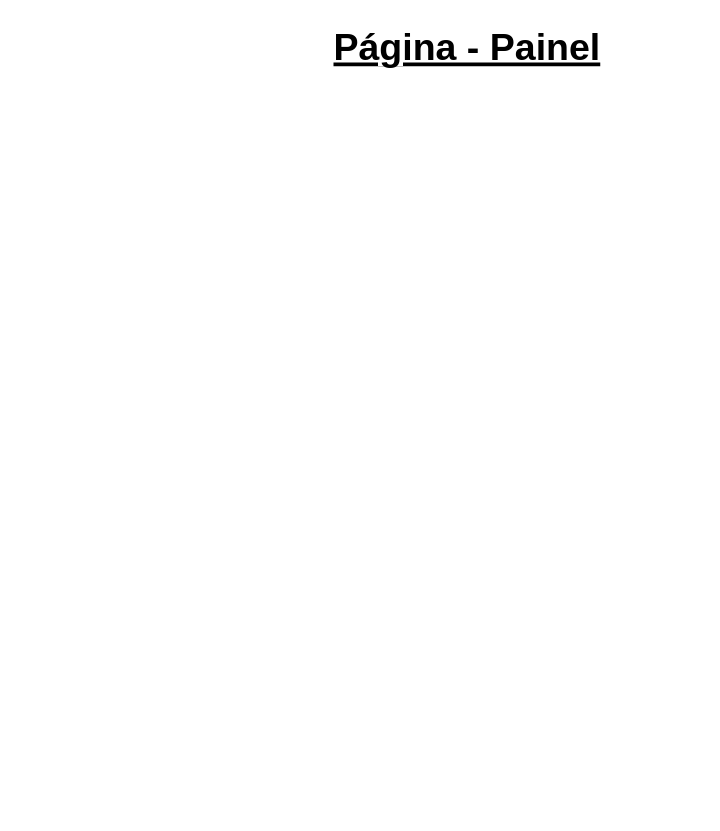
The draw.io diagram page "Flow - Painel" (6 of 11) of tcc-flow.drawio in CSFelix/UML, before the edit. Source tidied: cells renumbered, new cells numbered last; positions are measured from the earlier drawing's top-left corner, leaving out a move shared by most shapes. Both pictures are drawn from the tidied source at 125%, with x=0, y=0 at pixel (322, 21).
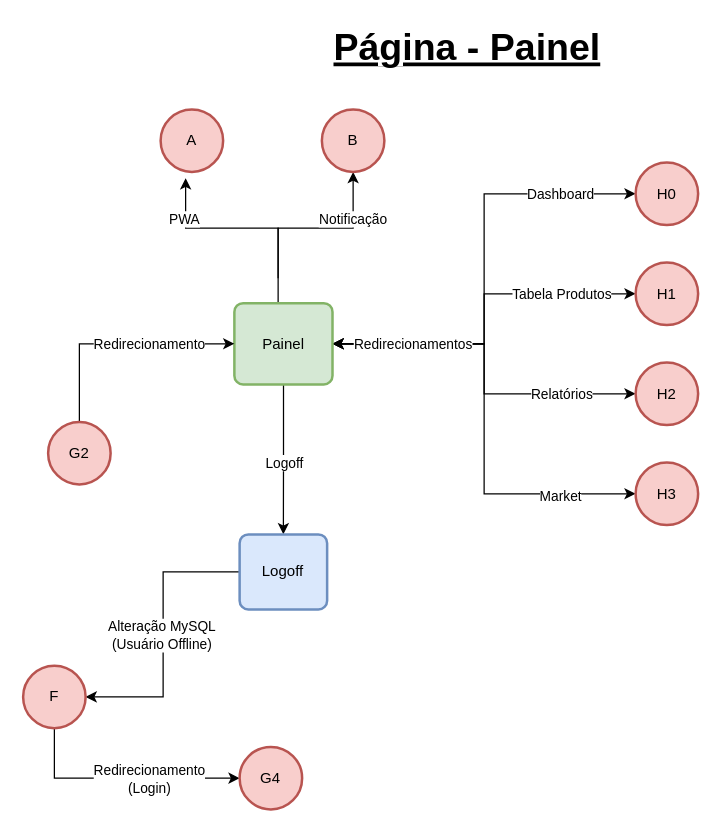
The same page after the edit.

What changed in the source:
```diff
@@
+    <mxCell id="3" style="edgeStyle=orthogonalEdgeStyle;rounded=0;jettySize=auto;html=1;entryX=0.5;entryY=1;entryDx=0;entryDy=0;entryPerimeter=0;startArrow=none;startFill=0;fontSize=11;" parent="1" edge="1" source="18">
+      <mxGeometry relative="1" as="geometry">
+        <mxPoint x="24" y="120" as="targetPoint" />
+        <Array as="points">
+          <mxPoint x="-36" y="165" />
+          <mxPoint x="24" y="165" />
+        </Array>
+      </mxGeometry>
+    </mxCell>
+    <mxCell id="4" value="Notificação" style="edgeLabel;html=1;align=center;verticalAlign=middle;fontSize=11;" parent="3" vertex="1">
+      <mxGeometry x="0.55" y="1" relative="1" as="geometry" />
+    </mxCell>
+    <mxCell id="5" style="edgeStyle=orthogonalEdgeStyle;rounded=0;orthogonalLoop=1;jettySize=auto;html=1;startArrow=none;startFill=0;fontSize=11;" parent="1" edge="1">
+      <mxGeometry relative="1" as="geometry">
+        <mxPoint x="-36" y="205" as="sourcePoint" />
+        <mxPoint x="-110" y="125" as="targetPoint" />
+        <Array as="points">
+          <mxPoint x="-36" y="165" />
+          <mxPoint x="-110" y="165" />
+        </Array>
+      </mxGeometry>
+    </mxCell>
+    <mxCell id="6" value="PWA" style="edgeLabel;html=1;align=center;verticalAlign=middle;fontSize=11;" parent="5" vertex="1">
+      <mxGeometry x="0.58" y="2" relative="1" as="geometry" />
+    </mxCell>
+    <mxCell id="7" style="edgeStyle=orthogonalEdgeStyle;rounded=0;jettySize=auto;html=1;entryX=0;entryY=0.5;entryDx=0;entryDy=0;entryPerimeter=0;startArrow=classic;startFill=1;endArrow=classic;endFill=1;" parent="1" edge="1" source="18" target="24">
+      <mxGeometry relative="1" as="geometry" />
+    </mxCell>
+    <mxCell id="8" value="Dashboard" style="edgeLabel;html=1;align=center;verticalAlign=middle;" parent="7" vertex="1">
+      <mxGeometry x="0.6" y="-3" relative="1" as="geometry">
+        <mxPoint x="11.5" y="-3" as="offset" />
+      </mxGeometry>
+    </mxCell>
+    <mxCell id="9" style="edgeStyle=orthogonalEdgeStyle;rounded=0;jettySize=auto;html=1;entryX=0;entryY=0.5;entryDx=0;entryDy=0;entryPerimeter=0;startArrow=classic;startFill=1;endArrow=classic;endFill=1;" parent="1" edge="1" source="18" target="25">
+      <mxGeometry relative="1" as="geometry" />
+    </mxCell>
+    <mxCell id="10" value="Tabela Produtos" style="edgeLabel;html=1;align=center;verticalAlign=middle;" parent="9" vertex="1">
+      <mxGeometry x="0.46" y="-3" relative="1" as="geometry">
+        <mxPoint x="16.5" y="-3" as="offset" />
+      </mxGeometry>
+    </mxCell>
+    <mxCell id="11" style="edgeStyle=orthogonalEdgeStyle;rounded=0;jettySize=auto;html=1;entryX=0;entryY=0.5;entryDx=0;entryDy=0;entryPerimeter=0;startArrow=classic;startFill=1;endArrow=classic;endFill=1;" parent="1" edge="1" source="18" target="26">
+      <mxGeometry relative="1" as="geometry" />
+    </mxCell>
+    <mxCell id="12" value="Relatórios" style="edgeLabel;html=1;align=center;verticalAlign=middle;" parent="11" vertex="1">
+      <mxGeometry x="0.45" relative="1" as="geometry">
+        <mxPoint x="17.5" as="offset" />
+      </mxGeometry>
+    </mxCell>
+    <mxCell id="13" style="edgeStyle=orthogonalEdgeStyle;rounded=0;jettySize=auto;html=1;entryX=0;entryY=0.5;entryDx=0;entryDy=0;entryPerimeter=0;startArrow=classic;startFill=1;endArrow=classic;endFill=1;" parent="1" edge="1" source="18" target="27">
+      <mxGeometry relative="1" as="geometry" />
+    </mxCell>
+    <mxCell id="14" value="Redirecionamentos" style="edgeLabel;html=1;align=center;verticalAlign=middle;" parent="13" vertex="1">
+      <mxGeometry x="-0.83" y="-3" relative="1" as="geometry">
+        <mxPoint x="32.5" y="-3" as="offset" />
+      </mxGeometry>
+    </mxCell>
+    <mxCell id="15" value="Market" style="edgeLabel;html=1;align=center;verticalAlign=middle;" parent="13" vertex="1">
+      <mxGeometry x="0.58" y="-2" relative="1" as="geometry">
+        <mxPoint x="15.5" as="offset" />
+      </mxGeometry>
+    </mxCell>
+    <mxCell id="16" style="edgeStyle=orthogonalEdgeStyle;rounded=0;jettySize=auto;html=1;startArrow=none;startFill=0;endArrow=classic;endFill=1;" parent="1" edge="1" source="18" target="30">
+      <mxGeometry relative="1" as="geometry" />
+    </mxCell>
+    <mxCell id="17" value="Logoff" style="edgeLabel;html=1;align=center;verticalAlign=middle;" parent="16" vertex="1">
+      <mxGeometry x="0.21" y="-1" relative="1" as="geometry">
+        <mxPoint x="0.9" y="-10.5" as="offset" />
+      </mxGeometry>
+    </mxCell>
+    <mxCell id="18" value="Painel" style="rounded=1;whiteSpace=wrap;html=1;absoluteArcSize=1;arcSize=14;strokeWidth=2;fillColor=#d5e8d4;strokeColor=#82b366;" parent="1" vertex="1">
+      <mxGeometry x="-71" y="225" width="78.5" height="65" as="geometry" />
+    </mxCell>
+    <mxCell id="19" value="A" style="strokeWidth=2;html=1;shape=mxgraph.flowchart.start_2;whiteSpace=wrap;fillColor=#f8cecc;strokeColor=#b85450;" parent="1" vertex="1">
+      <mxGeometry x="-130" y="70" width="50" height="50" as="geometry" />
+    </mxCell>
+    <mxCell id="20" value="B" style="strokeWidth=2;html=1;shape=mxgraph.flowchart.start_2;whiteSpace=wrap;fillColor=#f8cecc;strokeColor=#b85450;" parent="1" vertex="1">
+      <mxGeometry x="-1" y="70" width="50" height="50" as="geometry" />
+    </mxCell>
+    <mxCell id="21" style="edgeStyle=orthogonalEdgeStyle;rounded=0;jettySize=auto;html=1;entryX=0;entryY=0.5;entryDx=0;entryDy=0;startArrow=none;startFill=0;endArrow=classic;endFill=1;exitX=0.5;exitY=0;exitDx=0;exitDy=0;exitPerimeter=0;" parent="1" edge="1" source="23" target="18">
+      <mxGeometry relative="1" as="geometry" />
+    </mxCell>
+    <mxCell id="22" value="Redirecionamento" style="edgeLabel;html=1;align=center;verticalAlign=middle;" parent="21" vertex="1">
+      <mxGeometry x="-0.03" y="1" relative="1" as="geometry">
+        <mxPoint x="27.5" y="1" as="offset" />
+      </mxGeometry>
+    </mxCell>
+    <mxCell id="23" value="G2" style="strokeWidth=2;html=1;shape=mxgraph.flowchart.start_2;whiteSpace=wrap;fillColor=#f8cecc;strokeColor=#b85450;" parent="1" vertex="1">
+      <mxGeometry x="-220" y="320" width="50" height="50" as="geometry" />
+    </mxCell>
+    <mxCell id="24" value="H0" style="strokeWidth=2;html=1;shape=mxgraph.flowchart.start_2;whiteSpace=wrap;fillColor=#f8cecc;strokeColor=#b85450;" parent="1" vertex="1">
+      <mxGeometry x="250" y="112.5" width="50" height="50" as="geometry" />
+    </mxCell>
+    <mxCell id="25" value="H1" style="strokeWidth=2;html=1;shape=mxgraph.flowchart.start_2;whiteSpace=wrap;fillColor=#f8cecc;strokeColor=#b85450;" parent="1" vertex="1">
+      <mxGeometry x="250" y="192.5" width="50" height="50" as="geometry" />
+    </mxCell>
+    <mxCell id="26" value="H2" style="strokeWidth=2;html=1;shape=mxgraph.flowchart.start_2;whiteSpace=wrap;fillColor=#f8cecc;strokeColor=#b85450;" parent="1" vertex="1">
+      <mxGeometry x="250" y="272.5" width="50" height="50" as="geometry" />
+    </mxCell>
+    <mxCell id="27" value="H3" style="strokeWidth=2;html=1;shape=mxgraph.flowchart.start_2;whiteSpace=wrap;fillColor=#f8cecc;strokeColor=#b85450;" parent="1" vertex="1">
+      <mxGeometry x="250" y="352.5" width="50" height="50" as="geometry" />
+    </mxCell>
+    <mxCell id="28" style="edgeStyle=orthogonalEdgeStyle;rounded=0;jettySize=auto;html=1;entryX=1;entryY=0.5;entryDx=0;entryDy=0;entryPerimeter=0;startArrow=none;startFill=0;endArrow=classic;endFill=1;" parent="1" edge="1" source="30" target="33">
+      <mxGeometry relative="1" as="geometry">
+        <Array as="points">
+          <mxPoint x="-128" y="440" />
+          <mxPoint x="-128" y="540" />
+        </Array>
+      </mxGeometry>
+    </mxCell>
+    <mxCell id="29" value="Alteração MySQL&lt;br&gt;(Usuário Offline)" style="edgeLabel;html=1;align=center;verticalAlign=middle;" parent="28" vertex="1">
+      <mxGeometry x="0.18" y="-2" relative="1" as="geometry">
+        <mxPoint y="-20.8" as="offset" />
+      </mxGeometry>
+    </mxCell>
+    <mxCell id="30" value="Logoff" style="rounded=1;whiteSpace=wrap;html=1;absoluteArcSize=1;arcSize=14;strokeWidth=2;fillColor=#dae8fc;strokeColor=#6c8ebf;" parent="1" vertex="1">
+      <mxGeometry x="-66.8" y="410" width="70" height="60" as="geometry" />
+    </mxCell>
+    <mxCell id="31" style="edgeStyle=orthogonalEdgeStyle;rounded=0;jettySize=auto;html=1;entryX=0;entryY=0.5;entryDx=0;entryDy=0;entryPerimeter=0;startArrow=none;startFill=0;endArrow=classic;endFill=1;exitX=0.5;exitY=1;exitDx=0;exitDy=0;exitPerimeter=0;" parent="1" edge="1" source="33" target="34">
+      <mxGeometry relative="1" as="geometry" />
+    </mxCell>
+    <mxCell id="32" value="Redirecionamento&lt;br&gt;(Login)" style="edgeLabel;html=1;align=center;verticalAlign=middle;" parent="31" vertex="1">
+      <mxGeometry x="-0.22" y="4" relative="1" as="geometry">
+        <mxPoint x="42" y="4" as="offset" />
+      </mxGeometry>
+    </mxCell>
+    <mxCell id="33" value="F" style="strokeWidth=2;html=1;shape=mxgraph.flowchart.start_2;whiteSpace=wrap;fillColor=#f8cecc;strokeColor=#b85450;" parent="1" vertex="1">
+      <mxGeometry x="-240" y="515" width="50" height="50" as="geometry" />
+    </mxCell>
+    <mxCell id="34" value="G4" style="strokeWidth=2;html=1;shape=mxgraph.flowchart.start_2;whiteSpace=wrap;fillColor=#f8cecc;strokeColor=#b85450;" parent="1" vertex="1">
+      <mxGeometry x="-66.8" y="580" width="50" height="50" as="geometry" />
+    </mxCell>
```
